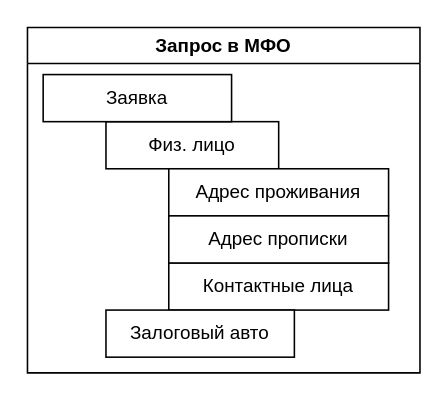
Earlier version of the draw.io diagram Diagram.drawio (asana008kz/alfa_and_asterx). Source tidied: cells renumbered, new cells numbered last; positions are measured from the earlier drawing's top-left corner, leaving out a move shared by most shapes. Both pictures are drawn from the tidied source at 157%, with x=0, y=0 at pixel (27, 27).
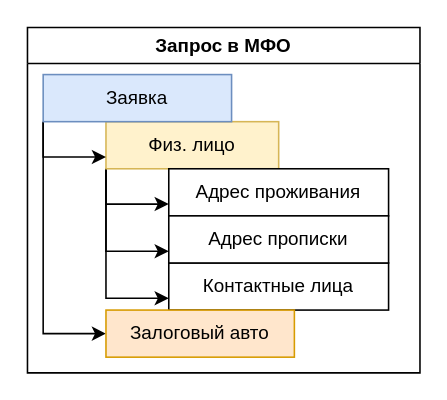
The same page after the edit.

Diff of the diagram source:
```diff
@@
 <mxGraphModel>
   <root>
     <mxCell id="0" />
     <mxCell id="1" parent="0" />
     <mxCell id="2" value="Запрос в МФО" style="swimlane;whiteSpace=wrap;html=1;" parent="1" vertex="1">
       <mxGeometry width="250" height="220" as="geometry" />
     </mxCell>
+    <mxCell id="9" style="edgeStyle=orthogonalEdgeStyle;rounded=0;jettySize=auto;html=1;exitX=0;exitY=1;exitDx=0;exitDy=0;entryX=0;entryY=0.75;entryDx=0;entryDy=0;" parent="2" edge="1" source="3" target="6">
+      <mxGeometry relative="1" as="geometry" />
+    </mxCell>
+    <mxCell id="10" style="edgeStyle=orthogonalEdgeStyle;rounded=0;jettySize=auto;html=1;exitX=0;exitY=1;exitDx=0;exitDy=0;entryX=0;entryY=0.75;entryDx=0;entryDy=0;" parent="2" edge="1" source="3" target="4">
+      <mxGeometry relative="1" as="geometry" />
+    </mxCell>
+    <mxCell id="11" style="edgeStyle=orthogonalEdgeStyle;rounded=0;jettySize=auto;html=1;exitX=0;exitY=1;exitDx=0;exitDy=0;entryX=0;entryY=0.75;entryDx=0;entryDy=0;" parent="2" edge="1" source="3" target="5">
+      <mxGeometry relative="1" as="geometry" />
+    </mxCell>
-    <mxCell id="3" value="Физ. лицо" style="rounded=0;whiteSpace=wrap;html=1;" parent="2" vertex="1">
+    <mxCell id="3" value="Физ. лицо" style="rounded=0;whiteSpace=wrap;html=1;fillColor=#fff2cc;strokeColor=#d6b656;" parent="2" vertex="1">
       <mxGeometry x="50" y="60" width="110" height="30" as="geometry" />
     </mxCell>
     <mxCell id="4" value="Контактные лица" style="rounded=0;whiteSpace=wrap;html=1;" parent="2" vertex="1">
       <mxGeometry x="90" y="150" width="140" height="30" as="geometry" />
     </mxCell>
     <mxCell id="5" value="Адрес проживания" style="rounded=0;whiteSpace=wrap;html=1;" parent="2" vertex="1">
       <mxGeometry x="90" y="90" width="140" height="30" as="geometry" />
     </mxCell>
     <mxCell id="6" value="Адрес прописки" style="rounded=0;whiteSpace=wrap;html=1;" parent="2" vertex="1">
       <mxGeometry x="90" y="120" width="140" height="30" as="geometry" />
     </mxCell>
+    <mxCell id="12" style="edgeStyle=orthogonalEdgeStyle;rounded=0;jettySize=auto;html=1;exitX=0;exitY=1;exitDx=0;exitDy=0;entryX=0;entryY=0.75;entryDx=0;entryDy=0;" parent="2" edge="1" source="7" target="3">
+      <mxGeometry relative="1" as="geometry" />
+    </mxCell>
+    <mxCell id="13" style="edgeStyle=orthogonalEdgeStyle;rounded=0;jettySize=auto;html=1;exitX=0;exitY=1;exitDx=0;exitDy=0;entryX=0;entryY=0.5;entryDx=0;entryDy=0;" parent="2" edge="1" source="7" target="8">
+      <mxGeometry relative="1" as="geometry" />
+    </mxCell>
-    <mxCell id="7" value="Заявка" style="rounded=0;whiteSpace=wrap;html=1;" parent="2" vertex="1">
+    <mxCell id="7" value="Заявка" style="rounded=0;whiteSpace=wrap;html=1;fillColor=#dae8fc;strokeColor=#6c8ebf;" parent="2" vertex="1">
       <mxGeometry x="10" y="30" width="120" height="30" as="geometry" />
     </mxCell>
-    <mxCell id="8" value="Залоговый авто" style="rounded=0;whiteSpace=wrap;html=1;" parent="2" vertex="1">
+    <mxCell id="8" value="Залоговый авто" style="rounded=0;whiteSpace=wrap;html=1;fillColor=#ffe6cc;strokeColor=#d79b00;" parent="2" vertex="1">
       <mxGeometry x="50" y="180" width="120" height="30" as="geometry" />
     </mxCell>
   </root>
 </mxGraphModel>
```
